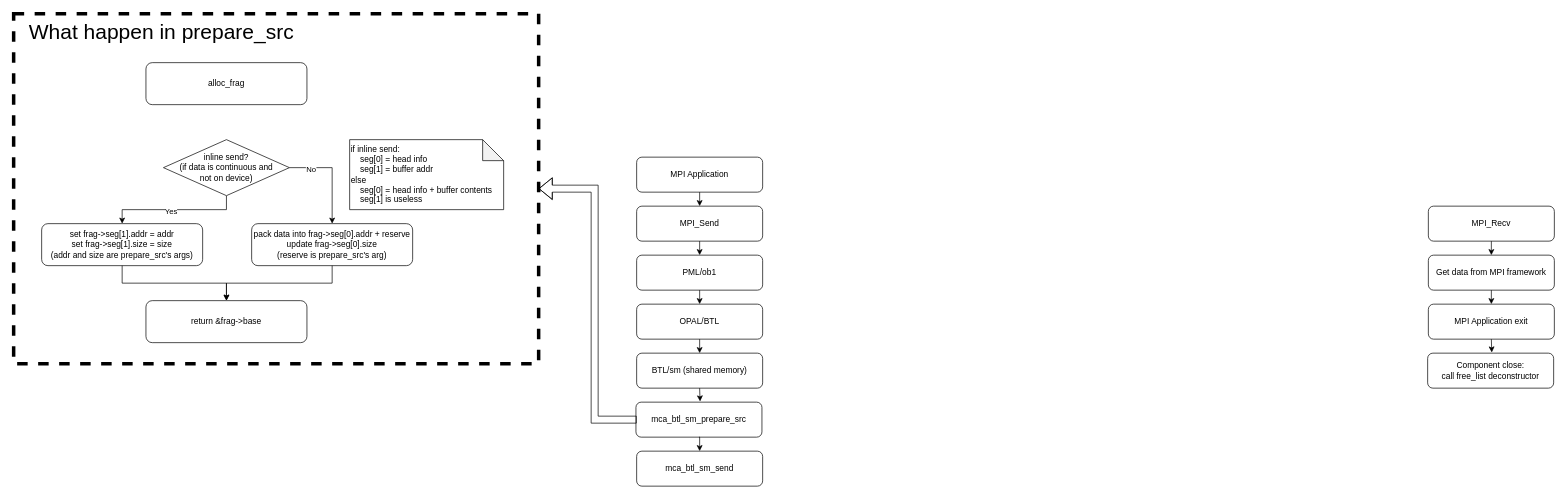
Above: ompi/sm-send-flow.drawio in Troyself/img-design-draw-io (draw.io), before the change. Source tidied: cells renumbered, new cells numbered last; positions are measured from the earlier drawing's top-left corner, leaving out a move shared by most shapes. Both pictures are drawn from the tidied source at 70%, with x=0, y=0 at pixel (13, 13).
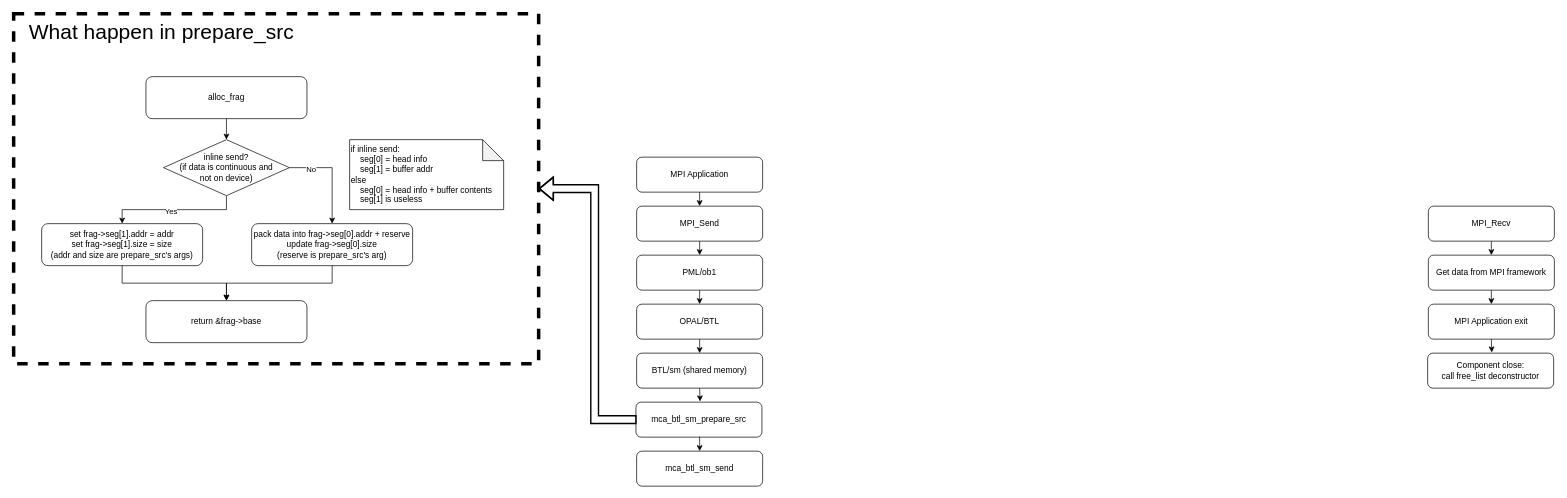
Above is the later version.

The change refers to these unchanged cells:
```xml
<mxCell id="2" style="rounded=0;whiteSpace=wrap;html=1;fillColor=none;dashed=1;strokeWidth=5;" parent="1" vertex="1">
  <mxGeometry width="750" height="500" as="geometry" />
</mxCell>
<mxCell id="20" value="inline send?&lt;div&gt;(if data is continuous and&lt;/div&gt;&lt;div&gt;not on device)&lt;/div&gt;" style="rhombus;whiteSpace=wrap;html=1;" parent="1" vertex="1">
  <mxGeometry x="214" y="180" width="180" height="80" as="geometry" />
</mxCell>
```

What changed in the source:
```diff
@@
-    <mxCell id="28" style="shape=flexArrow;endArrow=classic;html=1;rounded=0;entryX=1;entryY=0.5;entryDx=0;entryDy=0;" parent="1" edge="1" target="2">
+    <mxCell id="28" style="shape=flexArrow;endArrow=classic;html=1;rounded=0;entryX=1;entryY=0.5;entryDx=0;entryDy=0;strokeWidth=2;" parent="1" edge="1" target="2">
       <mxGeometry relative="1" as="geometry">
         <mxPoint x="890" y="580" as="sourcePoint" />
         <Array as="points">
           <mxPoint x="830" y="580" />
           <mxPoint x="830" y="250" />
         </Array>
       </mxGeometry>
     </mxCell>
@@
+    <mxCell id="37" style="edgeStyle=orthogonalEdgeStyle;rounded=0;jettySize=auto;html=1;exitX=0.5;exitY=1;exitDx=0;exitDy=0;entryX=0.5;entryY=0;entryDx=0;entryDy=0;" parent="1" edge="1" source="36" target="20">
+      <mxGeometry relative="1" as="geometry" />
+    </mxCell>
     <mxCell id="36" value="alloc_frag" style="rounded=1;whiteSpace=wrap;html=1;fillColor=none;" parent="1" vertex="1">
-      <mxGeometry x="189" y="70" width="230" height="60" as="geometry" />
+      <mxGeometry x="189" y="90" width="230" height="60" as="geometry" />
     </mxCell>
```
